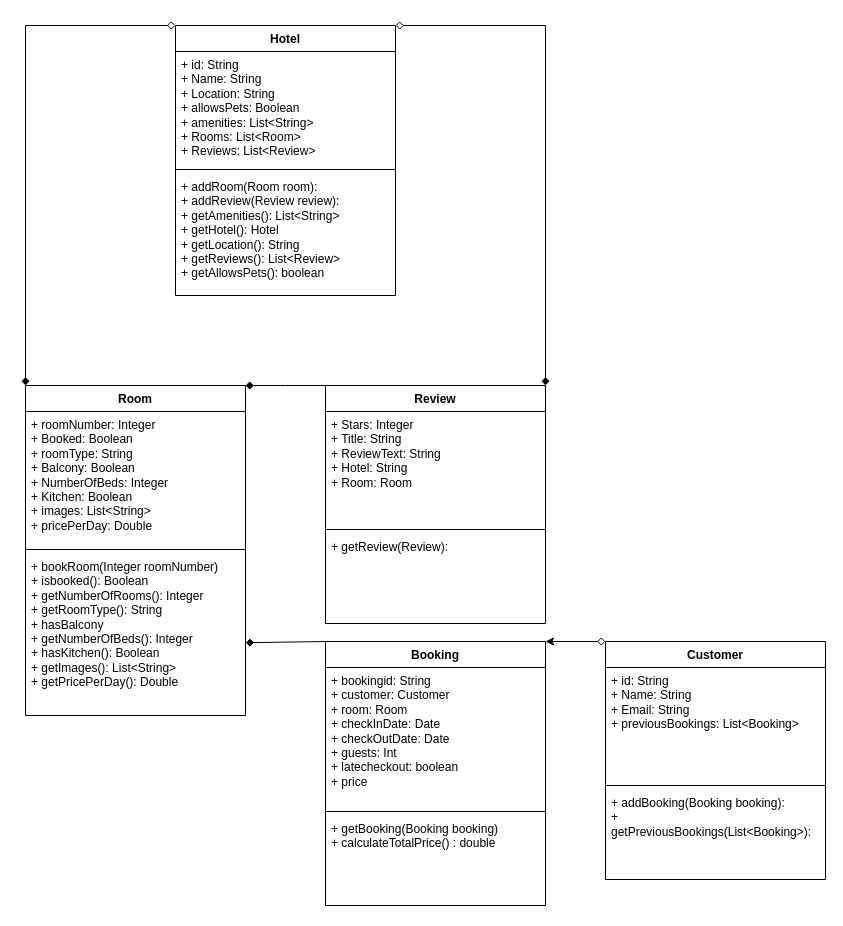
The draw.io diagram V2/Domain module.drawio in rthor997/HBV401G-Throun_hugbunathar, before the edit. Source tidied: cells renumbered, new cells numbered last; positions are measured from the earlier drawing's top-left corner, leaving out a move shared by most shapes. Both pictures are drawn from the tidied source at 100%, with x=0, y=0 at pixel (25, 25).
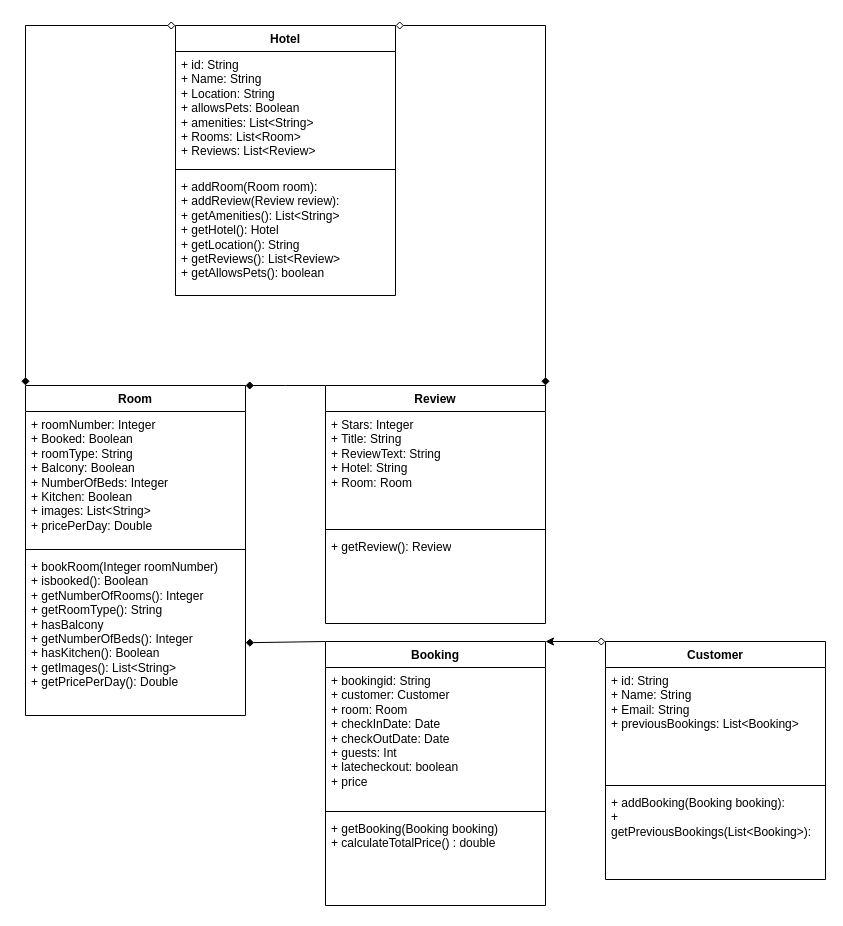
After the change.

Commit message:
Lagfært litla villu

Unchanged cells that the change refers to:
```xml
<mxCell id="10" value="Review" style="swimlane;fontStyle=1;align=center;verticalAlign=top;horizontal=1;startSize=26;whiteSpace=wrap;html=1;" parent="1" vertex="1">
  <mxGeometry x="300" y="360" width="220" height="238" as="geometry" />
</mxCell>
```

Diff of the diagram source:
```diff
@@
-    <mxCell id="13" value="+ getReview(Review):&lt;div&gt;&lt;br&gt;&lt;/div&gt;" style="text;strokeColor=none;fillColor=none;align=left;verticalAlign=top;spacingLeft=4;spacingRight=4;overflow=hidden;whiteSpace=wrap;html=1;" parent="10" vertex="1">
+    <mxCell id="13" value="+ getReview(): Review&lt;div&gt;&lt;br&gt;&lt;/div&gt;" style="text;strokeColor=none;fillColor=none;align=left;verticalAlign=top;spacingLeft=4;spacingRight=4;overflow=hidden;whiteSpace=wrap;html=1;" parent="10" vertex="1">
       <mxGeometry y="148" width="220" height="90" as="geometry" />
     </mxCell>
```
